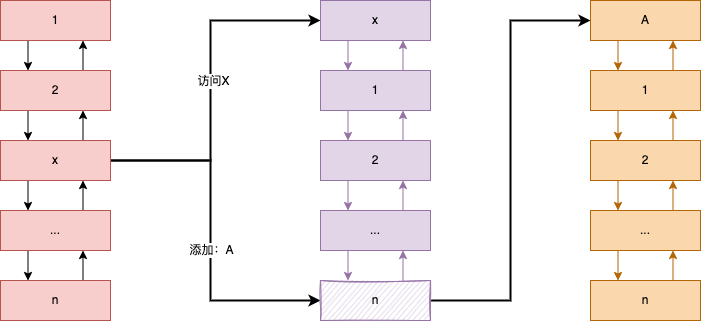
The draw.io diagram LRU.png in 845642761/diagram, before a commit. Source tidied: cells renumbered, new cells last; positions are measured from the earlier drawing's top-left corner, leaving out a move shared by most shapes.
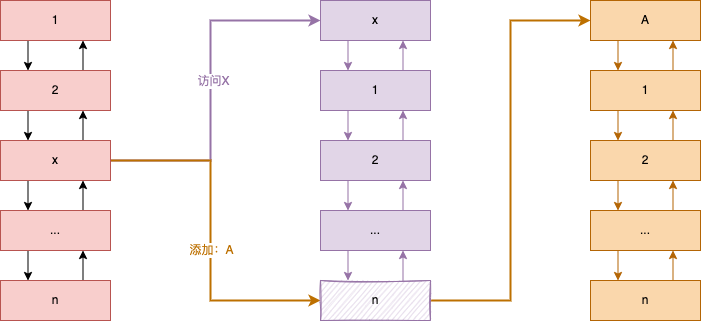
Above is the later version.

The edit, as a diff of the source:
```diff
@@ -29,7 +29,7 @@
     <mxCell id="10" style="edgeStyle=orthogonalEdgeStyle;rounded=0;jettySize=auto;html=1;exitX=0.25;exitY=1;exitDx=0;exitDy=0;entryX=0.25;entryY=0;entryDx=0;entryDy=0;" parent="1" edge="1" source="15" target="8">
       <mxGeometry relative="1" as="geometry" />
     </mxCell>
-    <mxCell id="11" style="edgeStyle=orthogonalEdgeStyle;rounded=0;jettySize=auto;html=1;strokeWidth=2;entryX=0;entryY=0.5;entryDx=0;entryDy=0;" parent="1" edge="1" source="15" target="20">
+    <mxCell id="11" style="edgeStyle=orthogonalEdgeStyle;rounded=0;jettySize=auto;html=1;strokeWidth=2;entryX=0;entryY=0.5;entryDx=0;entryDy=0;strokeColor=#9673A6;" parent="1" edge="1" source="15" target="20">
       <mxGeometry relative="1" as="geometry">
         <Array as="points">
           <mxPoint x="210" y="160" />
@@ -37,12 +37,12 @@
         </Array>
       </mxGeometry>
     </mxCell>
-    <mxCell id="12" value="访问X" style="edgeLabel;html=1;align=center;verticalAlign=middle;" parent="11" vertex="1">
+    <mxCell id="12" value="访问X" style="edgeLabel;html=1;align=center;verticalAlign=middle;fontColor=#9673A6;" parent="11" vertex="1">
       <mxGeometry x="0.21" y="-2" relative="1" as="geometry">
         <mxPoint y="32" as="offset" />
       </mxGeometry>
     </mxCell>
-    <mxCell id="13" style="edgeStyle=orthogonalEdgeStyle;rounded=0;jettySize=auto;html=1;entryX=0;entryY=0.5;entryDx=0;entryDy=0;strokeWidth=2;" parent="1" edge="1" source="15" target="23">
+    <mxCell id="13" style="edgeStyle=orthogonalEdgeStyle;rounded=0;jettySize=auto;html=1;entryX=0;entryY=0.5;entryDx=0;entryDy=0;strokeWidth=2;fillColor=#f0a30a;strokeColor=#BD7000;" parent="1" edge="1" source="15" target="23">
       <mxGeometry relative="1" as="geometry">
         <Array as="points">
           <mxPoint x="210" y="160" />
@@ -50,7 +50,7 @@
         </Array>
       </mxGeometry>
     </mxCell>
-    <mxCell id="14" value="添加：A" style="edgeLabel;html=1;align=center;verticalAlign=middle;" parent="13" vertex="1">
+    <mxCell id="14" value="添加：A" style="edgeLabel;html=1;align=center;verticalAlign=middle;fontColor=#BD7000;" parent="13" vertex="1">
       <mxGeometry x="0.08" relative="1" as="geometry" />
     </mxCell>
     <mxCell id="15" value="x" style="rounded=0;whiteSpace=wrap;html=1;fillColor=#f8cecc;strokeColor=#b85450;" parent="1" vertex="1">
@@ -74,7 +74,7 @@
     <mxCell id="21" style="edgeStyle=orthogonalEdgeStyle;rounded=0;jettySize=auto;html=1;exitX=0.75;exitY=0;exitDx=0;exitDy=0;entryX=0.75;entryY=1;entryDx=0;entryDy=0;fillColor=#e1d5e7;strokeColor=#9673a6;" parent="1" edge="1" source="23" target="26">
       <mxGeometry relative="1" as="geometry" />
     </mxCell>
-    <mxCell id="22" style="edgeStyle=orthogonalEdgeStyle;rounded=0;jettySize=auto;html=1;entryX=0;entryY=0.5;entryDx=0;entryDy=0;strokeWidth=2;" parent="1" edge="1" source="23" target="34">
+    <mxCell id="22" style="edgeStyle=orthogonalEdgeStyle;rounded=0;jettySize=auto;html=1;entryX=0;entryY=0.5;entryDx=0;entryDy=0;strokeWidth=2;fillColor=#f0a30a;strokeColor=#BD7000;" parent="1" edge="1" source="23" target="34">
       <mxGeometry relative="1" as="geometry" />
     </mxCell>
     <mxCell id="23" value="n" style="rounded=0;whiteSpace=wrap;html=1;fillColor=#e1d5e7;strokeColor=#9673a6;shadow=0;sketch=1;" parent="1" vertex="1">
```
